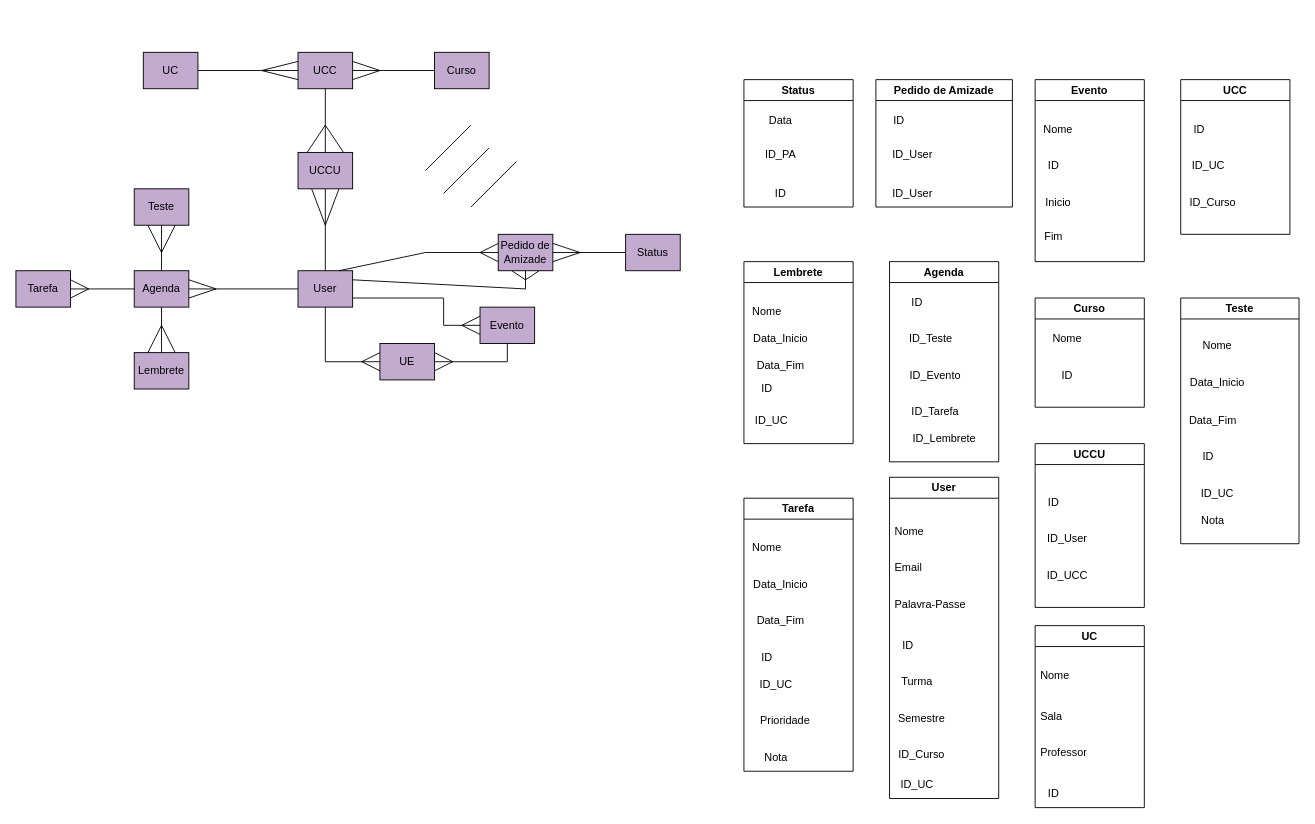
freshmimnt/Projeto_Mobile keeps this draw.io diagram as Modelo ER.drawio. Above is the earlier version. Source tidied: cells renumbered, new cells numbered last; positions are measured from the earlier drawing's top-left corner, leaving out a move shared by most shapes. Both pictures are drawn from the tidied source at 91%, with x=0, y=0 at pixel (15, 52).
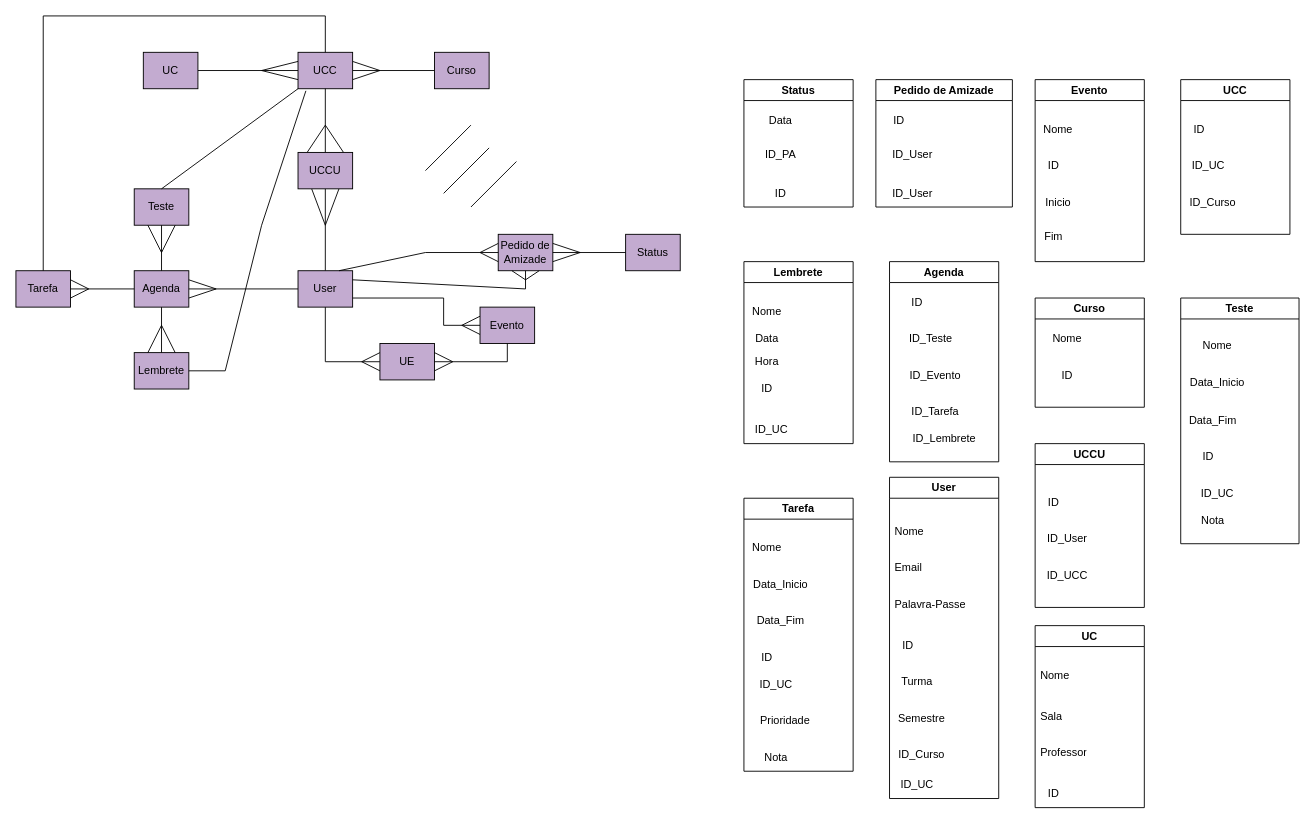
After the change.

The change refers to these unchanged cells:
```xml
<mxCell id="59" value="UCC" style="rounded=0;whiteSpace=wrap;html=1;fillColor=#C3ABD0;" parent="1" vertex="1">
  <mxGeometry x="310" width="60" height="40" as="geometry" />
</mxCell>
<mxCell id="73" value="Teste" style="rounded=0;whiteSpace=wrap;html=1;fillColor=#C3ABD0;" parent="1" vertex="1">
  <mxGeometry x="130" y="150" width="60" height="40" as="geometry" />
</mxCell>
<mxCell id="74" value="Tarefa" style="rounded=0;whiteSpace=wrap;html=1;fillColor=#C3ABD0;" parent="1" vertex="1">
  <mxGeometry y="240" width="60" height="40" as="geometry" />
</mxCell>
<mxCell id="76" value="Lembrete" style="rounded=0;whiteSpace=wrap;html=1;fillColor=#C3ABD0;" parent="1" vertex="1">
  <mxGeometry x="130" y="330" width="60" height="40" as="geometry" />
</mxCell>
<mxCell id="115" value="Lembrete" style="swimlane;whiteSpace=wrap;html=1;" parent="1" vertex="1">
  <mxGeometry x="800" y="230" width="120" height="200" as="geometry" />
</mxCell>
```

Diff of the diagram source:
```diff
@@
-    <mxCell id="117" value="Data_Inicio" style="text;html=1;align=center;verticalAlign=middle;strokeColor=none;fillColor=none;" parent="115" vertex="1">
-      <mxGeometry y="70" width="80" height="30" as="geometry" />
+    <mxCell id="117" value="Data" style="text;html=1;align=center;verticalAlign=middle;strokeColor=none;fillColor=none;" parent="115" vertex="1">
+      <mxGeometry y="70" width="50" height="30" as="geometry" />
     </mxCell>
@@
     <mxCell id="119" value="ID_UC" style="text;html=1;align=center;verticalAlign=middle;strokeColor=none;fillColor=none;" parent="115" vertex="1">
-      <mxGeometry y="160" width="60" height="30" as="geometry" />
+      <mxGeometry y="170" width="60" height="30" as="geometry" />
     </mxCell>
-    <mxCell id="120" value="Data_Fim" style="text;html=1;align=center;verticalAlign=middle;strokeColor=none;fillColor=none;" parent="115" vertex="1">
-      <mxGeometry y="100" width="80" height="30" as="geometry" />
-    </mxCell>
+    <mxCell id="125" value="Hora" style="text;html=1;align=center;verticalAlign=middle;strokeColor=none;fillColor=none;" parent="115" vertex="1">
+      <mxGeometry y="95" width="50" height="30" as="geometry" />
+    </mxCell>
@@
+    <mxCell id="126" style="endArrow=none;html=1;rounded=0;exitX=0.5;exitY=0;exitDx=0;exitDy=0;entryX=0;entryY=1;entryDx=0;entryDy=0;" parent="1" edge="1" source="73" target="59">
+      <mxGeometry relative="1" as="geometry" />
+    </mxCell>
+    <mxCell id="127" style="endArrow=none;html=1;rounded=0;exitX=0.5;exitY=0;exitDx=0;exitDy=0;entryX=0.5;entryY=0;entryDx=0;entryDy=0;" parent="1" edge="1" source="74" target="59">
+      <mxGeometry relative="1" as="geometry">
+        <Array as="points">
+          <mxPoint x="30" y="-40" />
+          <mxPoint x="340" y="-40" />
+        </Array>
+      </mxGeometry>
+    </mxCell>
+    <mxCell id="128" style="endArrow=none;html=1;rounded=0;exitX=1;exitY=0.5;exitDx=0;exitDy=0;entryX=0.144;entryY=1.058;entryDx=0;entryDy=0;entryPerimeter=0;" parent="1" edge="1" source="76" target="59">
+      <mxGeometry relative="1" as="geometry">
+        <Array as="points">
+          <mxPoint x="230" y="350" />
+          <mxPoint x="270" y="190" />
+        </Array>
+      </mxGeometry>
+    </mxCell>
```
